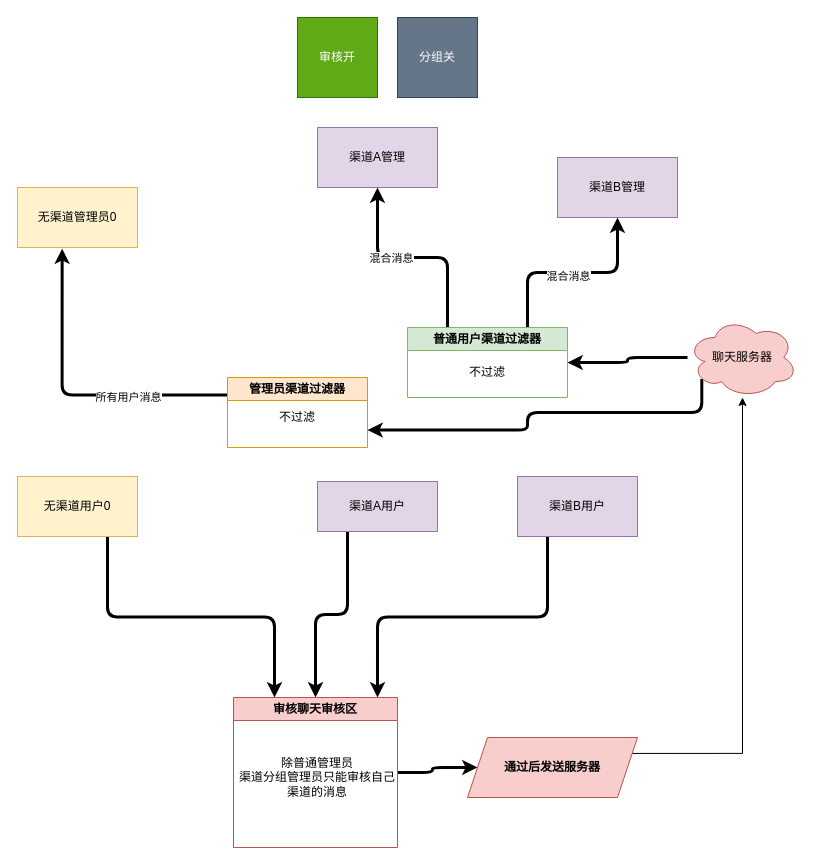
Above: page "渠道关+审核开" (1 of 3) of 渠道关闭+审核开启.drawio in mark0758/ajax (draw.io), before the change. Source tidied: cells renumbered, new cells numbered last; positions are measured from the earlier drawing's top-left corner, leaving out a move shared by most shapes. Both pictures are drawn from the tidied source at 100%, with x=0, y=0 at pixel (17, 17).
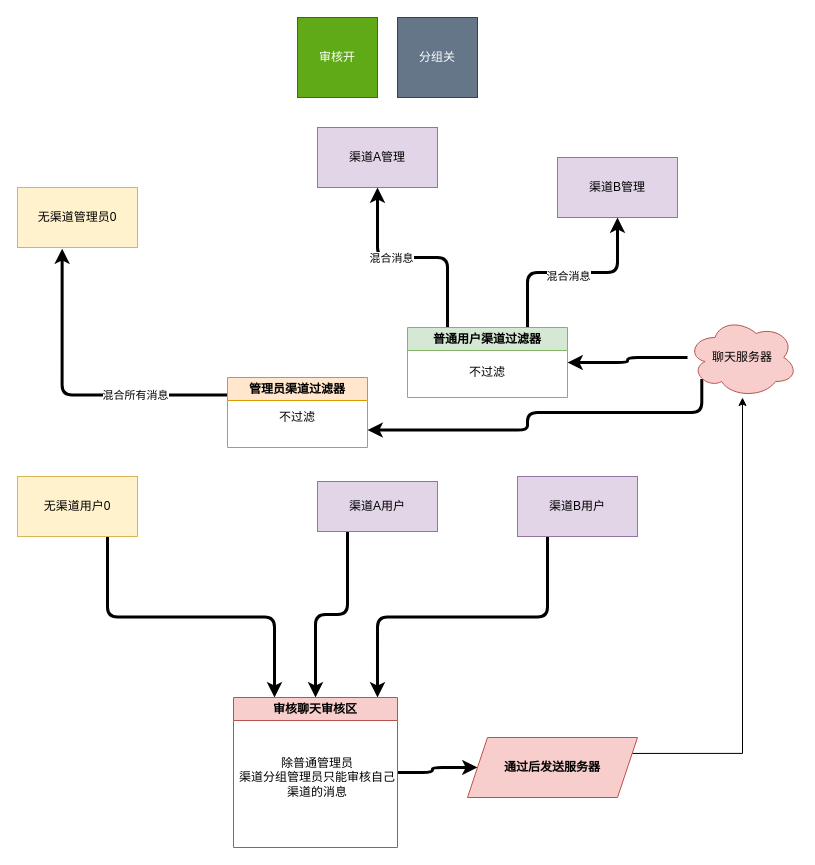
The same diagram, later.

Commit message (it also covers changes not shown here):
更新渠道关闭+审核开启.drawio

Unchanged cells that the change refers to:
```xml
<mxCell id="27" style="edgeStyle=orthogonalEdgeStyle;rounded=1;jettySize=auto;html=1;exitX=0;exitY=0.25;exitDx=0;exitDy=0;entryX=0.372;entryY=1.019;entryDx=0;entryDy=0;entryPerimeter=0;strokeWidth=3;" parent="1" edge="1" source="29" target="4">
  <mxGeometry relative="1" as="geometry">
    <Array as="points">
      <mxPoint x="45" y="378" />
    </Array>
  </mxGeometry>
</mxCell>
```

Diff of the diagram source:
```diff
@@
-    <mxCell id="28" value="所有用户消息" style="edgeLabel;html=1;align=center;verticalAlign=middle;" parent="27" vertex="1">
+    <mxCell id="28" value="混合所有消息" style="edgeLabel;html=1;align=center;verticalAlign=middle;" parent="27" vertex="1">
       <mxGeometry x="-0.3" y="-1" relative="1" as="geometry">
-        <mxPoint x="9" y="3" as="offset" />
+        <mxPoint x="16" y="1" as="offset" />
       </mxGeometry>
     </mxCell>
```
